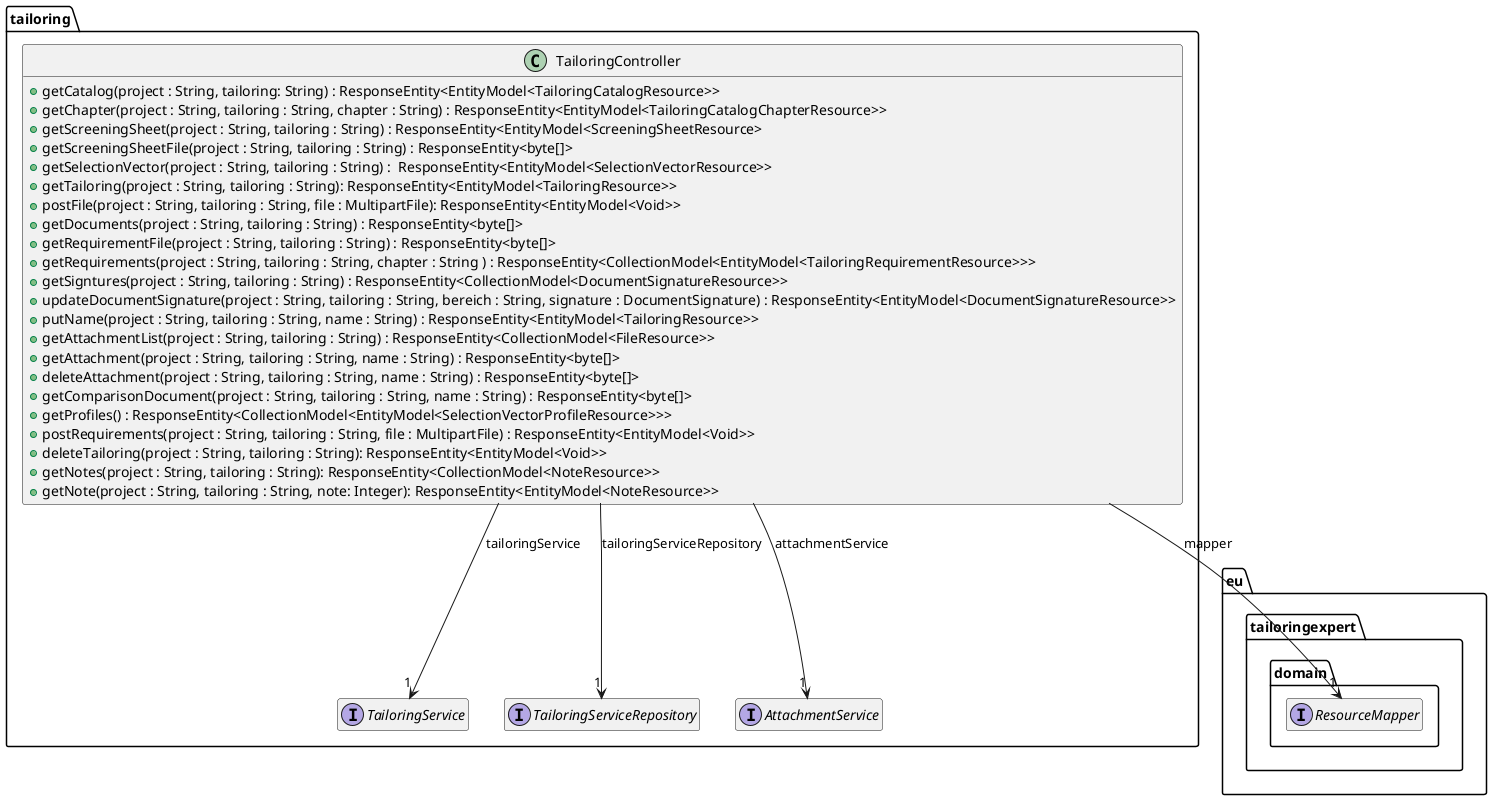
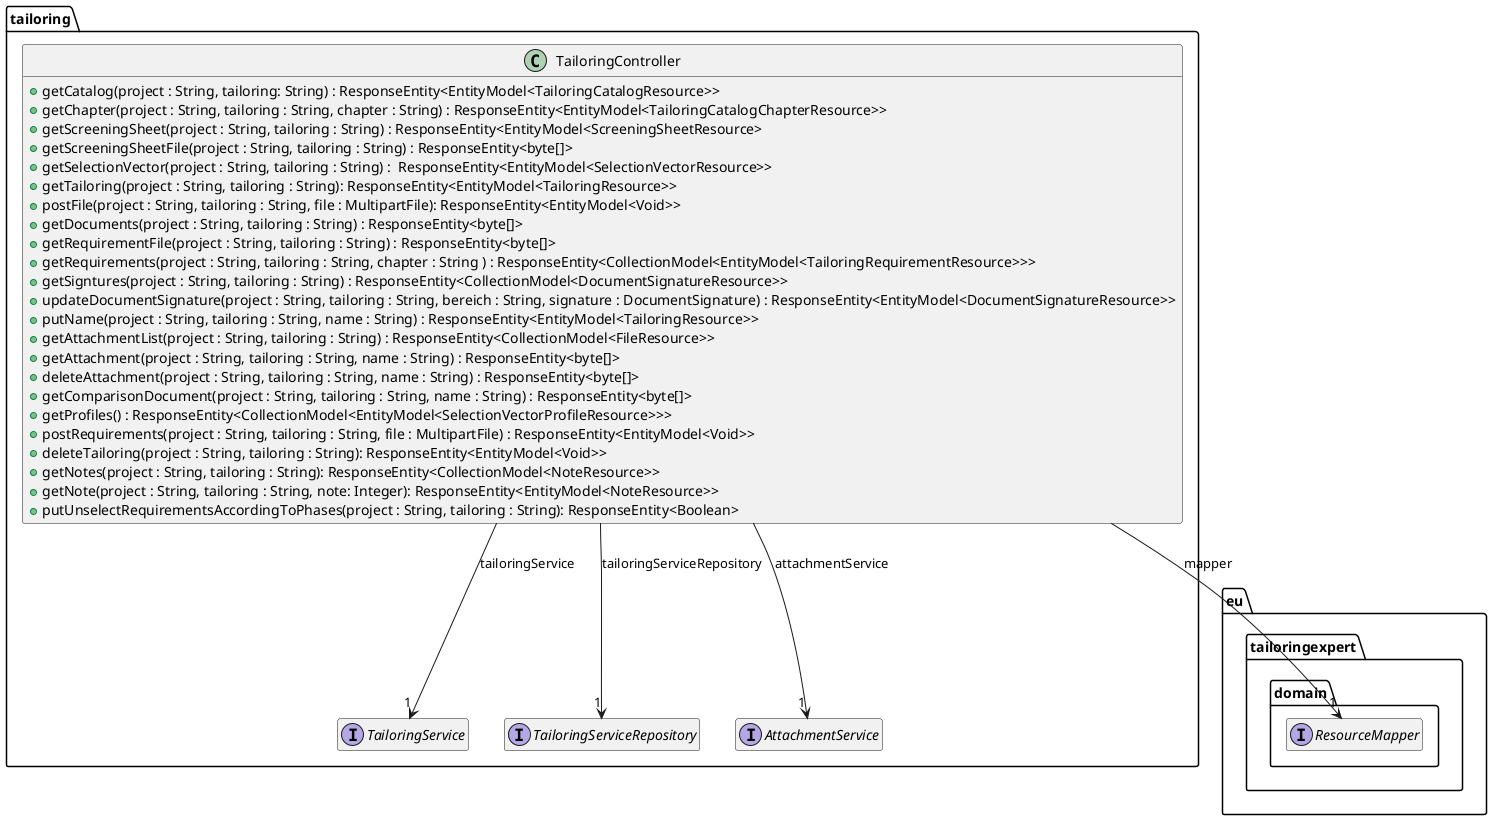
@startuml
hide empty members

package eu.tailoringexpert {
    package domain {
        interface ResourceMapper
    }
}

package tailoring {


    interface TailoringService {
    }

    interface TailoringServiceRepository {
    }

    interface AttachmentService {
    }

    class TailoringController {
        +getCatalog(project : String, tailoring: String) : ResponseEntity<EntityModel<TailoringCatalogResource>>
        +getChapter(project : String, tailoring : String, chapter : String) : ResponseEntity<EntityModel<TailoringCatalogChapterResource>>
        +getScreeningSheet(project : String, tailoring : String) : ResponseEntity<EntityModel<ScreeningSheetResource>
        +getScreeningSheetFile(project : String, tailoring : String) : ResponseEntity<byte[]>
        +getSelectionVector(project : String, tailoring : String) :  ResponseEntity<EntityModel<SelectionVectorResource>>
        +getTailoring(project : String, tailoring : String): ResponseEntity<EntityModel<TailoringResource>>
        +postFile(project : String, tailoring : String, file : MultipartFile): ResponseEntity<EntityModel<Void>>
        +getDocuments(project : String, tailoring : String) : ResponseEntity<byte[]>
        +getRequirementFile(project : String, tailoring : String) : ResponseEntity<byte[]>
        +getRequirements(project : String, tailoring : String, chapter : String ) : ResponseEntity<CollectionModel<EntityModel<TailoringRequirementResource>>>
        +getSigntures(project : String, tailoring : String) : ResponseEntity<CollectionModel<DocumentSignatureResource>>
        +updateDocumentSignature(project : String, tailoring : String, bereich : String, signature : DocumentSignature) : ResponseEntity<EntityModel<DocumentSignatureResource>>
        +putName(project : String, tailoring : String, name : String) : ResponseEntity<EntityModel<TailoringResource>>
        +getAttachmentList(project : String, tailoring : String) : ResponseEntity<CollectionModel<FileResource>>
        +getAttachment(project : String, tailoring : String, name : String) : ResponseEntity<byte[]>
        +deleteAttachment(project : String, tailoring : String, name : String) : ResponseEntity<byte[]>
        +getComparisonDocument(project : String, tailoring : String, name : String) : ResponseEntity<byte[]>
        +getProfiles() : ResponseEntity<CollectionModel<EntityModel<SelectionVectorProfileResource>>>
        +postRequirements(project : String, tailoring : String, file : MultipartFile) : ResponseEntity<EntityModel<Void>>
        +deleteTailoring(project : String, tailoring : String): ResponseEntity<EntityModel<Void>>
        +getNotes(project : String, tailoring : String): ResponseEntity<CollectionModel<NoteResource>>
        +getNote(project : String, tailoring : String, note: Integer): ResponseEntity<EntityModel<NoteResource>>
+         +putUnselectRequirementsAccordingToPhases(project : String, tailoring : String): ResponseEntity<Boolean>
    }


    TailoringController --> "1" ResourceMapper : mapper
    TailoringController --> "1" TailoringService : tailoringService
    TailoringController --> "1" TailoringServiceRepository : tailoringServiceRepository
    TailoringController --> "1" AttachmentService : attachmentService

}
@enduml
